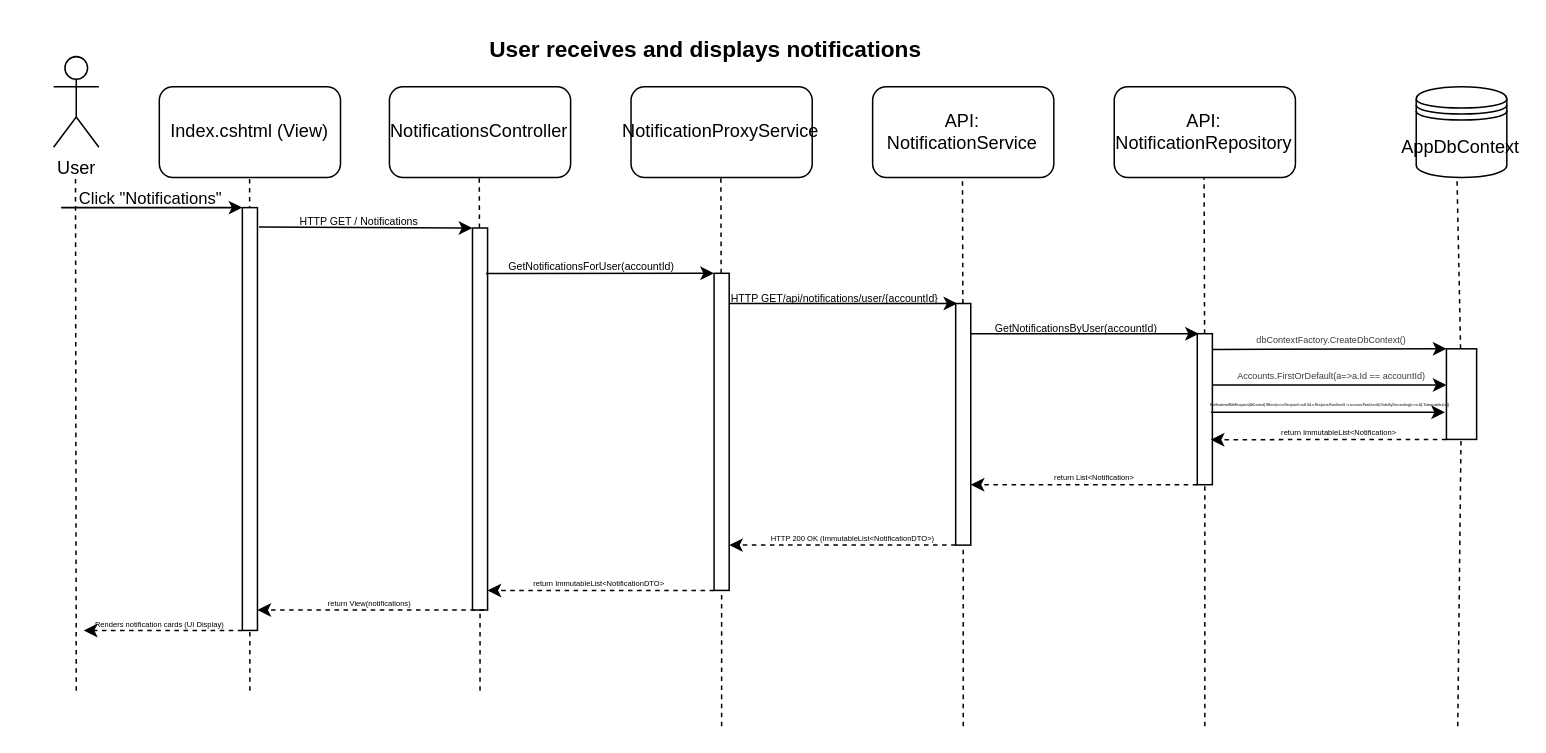
Earlier version of the draw.io diagram diagram/beatrice_chirila/UserReceivesAndDisplaysNotifications.drawio (CsokmaiRobert/UBB-SE-2026-922-2). Source tidied: cells renumbered, new cells numbered last; positions are measured from the earlier drawing's top-left corner, leaving out a move shared by most shapes. Both pictures are drawn from the tidied source at 151%, with x=0, y=0 at pixel (53, 26).
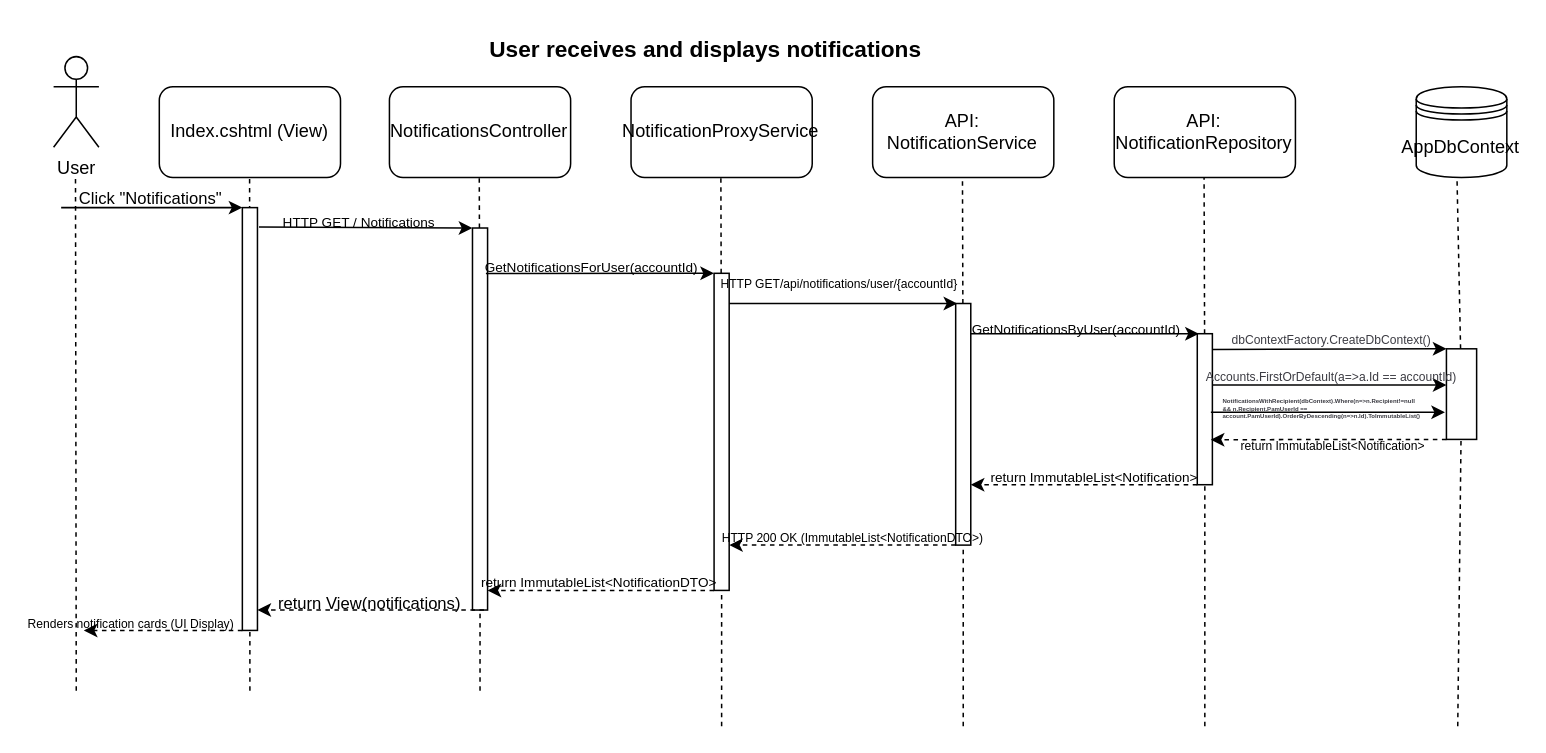
Above is the later version.

The change refers to these unchanged cells:
```xml
<mxCell id="22" style="endArrow=classic;html=1;rounded=0;entryX=0.066;entryY=0.886;entryDx=0;entryDy=0;entryPerimeter=0;exitX=0.036;exitY=0.109;exitDx=0;exitDy=0;exitPerimeter=0;" parent="1" edge="1">
  <mxGeometry relative="1" as="geometry">
    <mxPoint x="286.3" y="163.6" as="sourcePoint" />
    <mxPoint x="437.3" y="163.5" as="targetPoint" />
  </mxGeometry>
</mxCell>
<mxCell id="24" style="endArrow=classic;html=1;rounded=0;entryX=0.066;entryY=0.886;entryDx=0;entryDy=0;entryPerimeter=0;exitX=0.036;exitY=0.109;exitDx=0;exitDy=0;exitPerimeter=0;" parent="1" edge="1">
  <mxGeometry relative="1" as="geometry">
    <mxPoint x="447.4" y="183.5" as="sourcePoint" />
    <mxPoint x="598.4" y="183.5" as="targetPoint" />
  </mxGeometry>
</mxCell>
<mxCell id="26" style="endArrow=classic;html=1;rounded=0;entryX=0.066;entryY=0.886;entryDx=0;entryDy=0;entryPerimeter=0;exitX=0.036;exitY=0.109;exitDx=0;exitDy=0;exitPerimeter=0;" parent="1" edge="1">
  <mxGeometry relative="1" as="geometry">
    <mxPoint x="607.4" y="203.5" as="sourcePoint" />
    <mxPoint x="758.4" y="203.5" as="targetPoint" />
  </mxGeometry>
</mxCell>
<mxCell id="30" style="endArrow=classic;html=1;rounded=0;entryX=0.066;entryY=0.886;entryDx=0;entryDy=0;entryPerimeter=0;exitX=0.304;exitY=-0.044;exitDx=0;exitDy=0;exitPerimeter=0;" parent="1" edge="1">
  <mxGeometry relative="1" as="geometry">
    <mxPoint x="767.8" y="213.9" as="sourcePoint" />
    <mxPoint x="922.4" y="213.5" as="targetPoint" />
  </mxGeometry>
</mxCell>
<mxCell id="32" style="endArrow=classic;html=1;rounded=0;exitX=0.304;exitY=-0.044;exitDx=0;exitDy=0;exitPerimeter=0;entryX=0.702;entryY=0.105;entryDx=0;entryDy=0;entryPerimeter=0;dashed=1;" parent="1" edge="1" target="21">
  <mxGeometry relative="1" as="geometry">
    <mxPoint x="922.4" y="273.5" as="sourcePoint" />
  </mxGeometry>
</mxCell>
<mxCell id="34" style="endArrow=classic;html=1;rounded=0;exitX=0.304;exitY=-0.044;exitDx=0;exitDy=0;exitPerimeter=0;dashed=1;" parent="1" edge="1">
  <mxGeometry relative="1" as="geometry">
    <mxPoint x="757.4" y="303.5" as="sourcePoint" />
    <mxPoint x="607.4" y="303.5" as="targetPoint" />
  </mxGeometry>
</mxCell>
<mxCell id="36" style="endArrow=classic;html=1;rounded=0;exitX=0.304;exitY=-0.044;exitDx=0;exitDy=0;exitPerimeter=0;dashed=1;" parent="1" edge="1">
  <mxGeometry relative="1" as="geometry">
    <mxPoint x="597.4" y="343.5" as="sourcePoint" />
    <mxPoint x="447.4" y="343.5" as="targetPoint" />
  </mxGeometry>
</mxCell>
<mxCell id="38" style="endArrow=classic;html=1;rounded=0;exitX=0.304;exitY=-0.044;exitDx=0;exitDy=0;exitPerimeter=0;dashed=1;" parent="1" edge="1">
  <mxGeometry relative="1" as="geometry">
    <mxPoint x="437.4" y="373.5" as="sourcePoint" />
    <mxPoint x="287.4" y="373.5" as="targetPoint" />
  </mxGeometry>
</mxCell>
<mxCell id="40" style="endArrow=classic;html=1;rounded=0;entryX=0.066;entryY=0.886;entryDx=0;entryDy=0;entryPerimeter=0;exitX=0.304;exitY=-0.044;exitDx=0;exitDy=0;exitPerimeter=0;" parent="1" edge="1">
  <mxGeometry relative="1" as="geometry">
    <mxPoint x="767.4" y="237.5" as="sourcePoint" />
    <mxPoint x="922.4" y="237.5" as="targetPoint" />
  </mxGeometry>
</mxCell>
<mxCell id="42" style="endArrow=classic;html=1;rounded=0;entryX=0.066;entryY=0.886;entryDx=0;entryDy=0;entryPerimeter=0;exitX=0.304;exitY=-0.044;exitDx=0;exitDy=0;exitPerimeter=0;" parent="1" edge="1">
  <mxGeometry relative="1" as="geometry">
    <mxPoint x="766.4" y="255.5" as="sourcePoint" />
    <mxPoint x="921.4" y="255.5" as="targetPoint" />
  </mxGeometry>
</mxCell>
<mxCell id="49" style="endArrow=classic;html=1;rounded=0;entryX=0.066;entryY=0.886;entryDx=0;entryDy=0;entryPerimeter=0;exitX=0.046;exitY=-0.102;exitDx=0;exitDy=0;exitPerimeter=0;" parent="1" edge="1" source="46">
  <mxGeometry relative="1" as="geometry">
    <mxPoint x="277.3" y="133.5" as="targetPoint" />
  </mxGeometry>
</mxCell>
<mxCell id="51" style="endArrow=classic;html=1;rounded=0;exitX=0.304;exitY=-0.044;exitDx=0;exitDy=0;exitPerimeter=0;dashed=1;" parent="1" edge="1">
  <mxGeometry relative="1" as="geometry">
    <mxPoint x="285" y="386.5" as="sourcePoint" />
    <mxPoint x="135" y="386.5" as="targetPoint" />
  </mxGeometry>
</mxCell>
<mxCell id="53" style="endArrow=classic;html=1;rounded=0;exitX=0.304;exitY=-0.044;exitDx=0;exitDy=0;exitPerimeter=0;dashed=1;" parent="1" edge="1">
  <mxGeometry relative="1" as="geometry">
    <mxPoint x="125" y="400" as="sourcePoint" />
    <mxPoint x="20" y="400" as="targetPoint" />
  </mxGeometry>
</mxCell>
```

The edit, as a diff of the source:
```diff
@@
-    <mxCell id="23" value="GetNotificationsForUser(accountId)" style="edgeLabel;html=1;align=center;verticalAlign=middle;labelBackgroundColor=none;fontSize=7;" parent="22" vertex="1">
+    <mxCell id="23" value="GetNotificationsForUser(accountId)" style="edgeLabel;html=1;align=center;verticalAlign=middle;labelBackgroundColor=none;fontSize=9;" parent="22" vertex="1">
       <mxGeometry x="-0.08" y="3" relative="1" as="geometry">
         <mxPoint y="-1" as="offset" />
       </mxGeometry>
     </mxCell>
@@
-    <mxCell id="25" value="HTTP GET/api/notifications/user/{accountId}" style="edgeLabel;html=1;align=center;verticalAlign=middle;labelBackgroundColor=none;fontSize=7;" parent="24" vertex="1">
-      <mxGeometry x="-0.08" y="3" relative="1" as="geometry" />
+    <mxCell id="25" value="HTTP GET/api/notifications/user/{accountId}" style="edgeLabel;html=1;align=center;verticalAlign=middle;labelBackgroundColor=none;fontSize=8;" parent="24" vertex="1">
+      <mxGeometry x="-0.08" y="3" relative="1" as="geometry">
+        <mxPoint x="3" y="-10" as="offset" />
+      </mxGeometry>
     </mxCell>
@@
-    <mxCell id="27" value="GetNotificationsByUser(accountId)" style="edgeLabel;html=1;align=center;verticalAlign=middle;labelBackgroundColor=none;fontSize=7;" parent="26" vertex="1">
+    <mxCell id="27" value="GetNotificationsByUser(accountId)" style="edgeLabel;html=1;align=center;verticalAlign=middle;labelBackgroundColor=none;fontSize=9;" parent="26" vertex="1">
       <mxGeometry x="-0.08" y="3" relative="1" as="geometry" />
     </mxCell>
@@
-    <mxCell id="31" value="&lt;span style=&quot;color: rgb(60, 60, 67); text-align: start;&quot;&gt;&lt;font style=&quot;font-size: 6px;&quot; face=&quot;Helvetica&quot;&gt;dbContextFactory.CreateDbContext()&lt;/font&gt;&lt;/span&gt;" style="edgeLabel;html=1;align=center;verticalAlign=middle;labelBackgroundColor=none;fontSize=7;" parent="30" vertex="1">
+    <mxCell id="31" value="&lt;span style=&quot;color: rgb(60, 60, 67); text-align: start;&quot;&gt;&lt;font face=&quot;Helvetica&quot;&gt;dbContextFactory.CreateDbContext()&lt;/font&gt;&lt;/span&gt;" style="edgeLabel;html=1;align=center;verticalAlign=middle;labelBackgroundColor=none;fontSize=8;" parent="30" vertex="1">
       <mxGeometry x="-0.08" y="3" relative="1" as="geometry">
         <mxPoint x="7" y="-3" as="offset" />
       </mxGeometry>
     </mxCell>
@@
-    <mxCell id="33" value="&lt;font style=&quot;font-size: 5px;&quot;&gt;return ImmutableList&amp;lt;Notification&amp;gt;&lt;/font&gt;" style="edgeLabel;html=1;align=center;verticalAlign=middle;labelBackgroundColor=none;fontSize=7;" parent="32" vertex="1">
+    <mxCell id="33" value="&lt;font&gt;return ImmutableList&amp;lt;Notification&amp;gt;&lt;/font&gt;" style="edgeLabel;html=1;align=center;verticalAlign=middle;labelBackgroundColor=none;fontSize=8;" parent="32" vertex="1">
       <mxGeometry x="-0.08" y="3" relative="1" as="geometry">
-        <mxPoint y="-8" as="offset" />
+        <mxPoint x="-4" y="1" as="offset" />
       </mxGeometry>
     </mxCell>
@@
-    <mxCell id="35" value="&lt;font style=&quot;font-size: 5px;&quot;&gt;return List&amp;lt;Notification&amp;gt;&lt;/font&gt;" style="edgeLabel;html=1;align=center;verticalAlign=middle;labelBackgroundColor=none;fontSize=7;" parent="34" vertex="1">
+    <mxCell id="35" value="&lt;font&gt;return ImmutableList&amp;lt;Notification&amp;gt;&lt;/font&gt;" style="edgeLabel;html=1;align=center;verticalAlign=middle;labelBackgroundColor=none;fontSize=9;" parent="34" vertex="1">
       <mxGeometry x="-0.08" y="3" relative="1" as="geometry">
         <mxPoint y="-8" as="offset" />
       </mxGeometry>
     </mxCell>
@@
-    <mxCell id="37" value="&lt;font style=&quot;font-size: 5px;&quot;&gt;HTTP 200 OK (ImmutableList&amp;lt;NotificationDTO&amp;gt;)&lt;/font&gt;" style="edgeLabel;html=1;align=center;verticalAlign=middle;labelBackgroundColor=none;fontSize=7;" parent="36" vertex="1">
+    <mxCell id="37" value="&lt;font&gt;HTTP 200 OK (ImmutableList&amp;lt;NotificationDTO&amp;gt;)&lt;/font&gt;" style="edgeLabel;html=1;align=center;verticalAlign=middle;labelBackgroundColor=none;fontSize=8;" parent="36" vertex="1">
       <mxGeometry x="-0.08" y="3" relative="1" as="geometry">
         <mxPoint y="-8" as="offset" />
       </mxGeometry>
     </mxCell>
@@
-    <mxCell id="39" value="&lt;font style=&quot;font-size: 5px;&quot;&gt;return ImmutableList&amp;lt;NotificationDTO&amp;gt;&lt;/font&gt;" style="edgeLabel;html=1;align=center;verticalAlign=middle;labelBackgroundColor=none;fontSize=7;" parent="38" vertex="1">
+    <mxCell id="39" value="&lt;font&gt;return ImmutableList&amp;lt;NotificationDTO&amp;gt;&lt;/font&gt;" style="edgeLabel;html=1;align=center;verticalAlign=middle;labelBackgroundColor=none;fontSize=9;" parent="38" vertex="1">
       <mxGeometry x="-0.08" y="3" relative="1" as="geometry">
         <mxPoint x="-8" y="-8" as="offset" />
       </mxGeometry>
     </mxCell>
@@
-    <mxCell id="41" value="&lt;span style=&quot;color: rgb(60, 60, 67); text-align: start;&quot;&gt;&lt;font style=&quot;font-size: 6px;&quot; face=&quot;Helvetica&quot;&gt;Accounts.FirstOrDefault(a=&amp;gt;a.Id == accountId)&lt;/font&gt;&lt;/span&gt;" style="edgeLabel;html=1;align=center;verticalAlign=middle;labelBackgroundColor=none;fontSize=7;" parent="40" vertex="1">
+    <mxCell id="41" value="&lt;span style=&quot;color: rgb(60, 60, 67); text-align: start;&quot;&gt;&lt;font face=&quot;Helvetica&quot;&gt;Accounts.FirstOrDefault(a=&amp;gt;a.Id == accountId)&lt;/font&gt;&lt;/span&gt;" style="edgeLabel;html=1;align=center;verticalAlign=middle;labelBackgroundColor=none;fontSize=8;" parent="40" vertex="1">
       <mxGeometry x="-0.08" y="3" relative="1" as="geometry">
         <mxPoint x="7" y="-3" as="offset" />
       </mxGeometry>
     </mxCell>
@@
-    <mxCell id="43" value="&lt;div style=&quot;text-align: start;&quot;&gt;&lt;span style=&quot;background-color: transparent;&quot;&gt;&lt;font color=&quot;#3c3c43&quot; style=&quot;font-size: 2px;&quot;&gt;&lt;b&gt;NotificationsWithRecipient(dbContext).Where(n=&amp;gt;n.Recipient!=null &amp;amp;&amp;amp; n.Recipient.PamUserId == account.PamUserId).OrderByDescending(n=&amp;gt;n.Id).ToImmutableList()&lt;/b&gt;&lt;/font&gt;&lt;/span&gt;&lt;/div&gt;" style="edgeLabel;html=1;align=center;verticalAlign=middle;labelBackgroundColor=none;fontSize=7;" parent="42" vertex="1">
+    <mxCell id="43" value="&lt;div style=&quot;text-align: start;&quot;&gt;&lt;span style=&quot;background-color: transparent;&quot;&gt;&lt;font color=&quot;#3c3c43&quot;&gt;&lt;span&gt;NotificationsWithRecipient(dbContext).Where(n=&amp;gt;n.Recipient!=null &amp;amp;&amp;amp; n.Recipient.PamUserId == account.PamUserId).OrderByDescending(n=&amp;gt;n.Id).ToImmutableList()&lt;/span&gt;&lt;/font&gt;&lt;/span&gt;&lt;/div&gt;" style="edgeLabel;html=1;align=center;verticalAlign=middle;labelBackgroundColor=none;fontSize=4;whiteSpace=wrap;fontStyle=1;" parent="42" vertex="1">
       <mxGeometry x="-0.08" y="3" relative="1" as="geometry">
-        <mxPoint x="7" y="-3" as="offset" />
+        <mxPoint x="2" y="1" as="offset" />
       </mxGeometry>
     </mxCell>
@@
-    <mxCell id="50" value="HTTP GET / Notifications" style="edgeLabel;html=1;align=center;verticalAlign=middle;labelBackgroundColor=none;fontSize=7;" parent="49" vertex="1">
+    <mxCell id="50" value="HTTP GET / Notifications" style="edgeLabel;html=1;align=center;verticalAlign=middle;labelBackgroundColor=none;fontSize=9;" parent="49" vertex="1">
       <mxGeometry x="-0.08" y="3" relative="1" as="geometry">
         <mxPoint y="-1" as="offset" />
       </mxGeometry>
     </mxCell>
@@
-    <mxCell id="52" value="&lt;font style=&quot;font-size: 5px;&quot;&gt;return View(notifications)&lt;/font&gt;" style="edgeLabel;html=1;align=center;verticalAlign=middle;labelBackgroundColor=none;fontSize=7;" parent="51" vertex="1">
+    <mxCell id="52" value="&lt;font&gt;return View(notifications)&lt;/font&gt;" style="edgeLabel;html=1;align=center;verticalAlign=middle;labelBackgroundColor=none;fontSize=11;" parent="51" vertex="1">
       <mxGeometry x="-0.08" y="3" relative="1" as="geometry">
         <mxPoint x="-8" y="-8" as="offset" />
       </mxGeometry>
     </mxCell>
@@
-    <mxCell id="54" value="&lt;font style=&quot;font-size: 5px;&quot;&gt;Renders notification cards (UI Display)&lt;/font&gt;" style="edgeLabel;html=1;align=center;verticalAlign=middle;labelBackgroundColor=none;fontSize=7;" parent="53" vertex="1">
+    <mxCell id="54" value="&lt;font&gt;Renders notification cards (UI Display)&lt;/font&gt;" style="edgeLabel;html=1;align=center;verticalAlign=middle;labelBackgroundColor=none;fontSize=8;" parent="53" vertex="1">
       <mxGeometry x="-0.08" y="3" relative="1" as="geometry">
-        <mxPoint x="-8" y="-8" as="offset" />
+        <mxPoint x="-27" y="-8" as="offset" />
       </mxGeometry>
     </mxCell>
```
